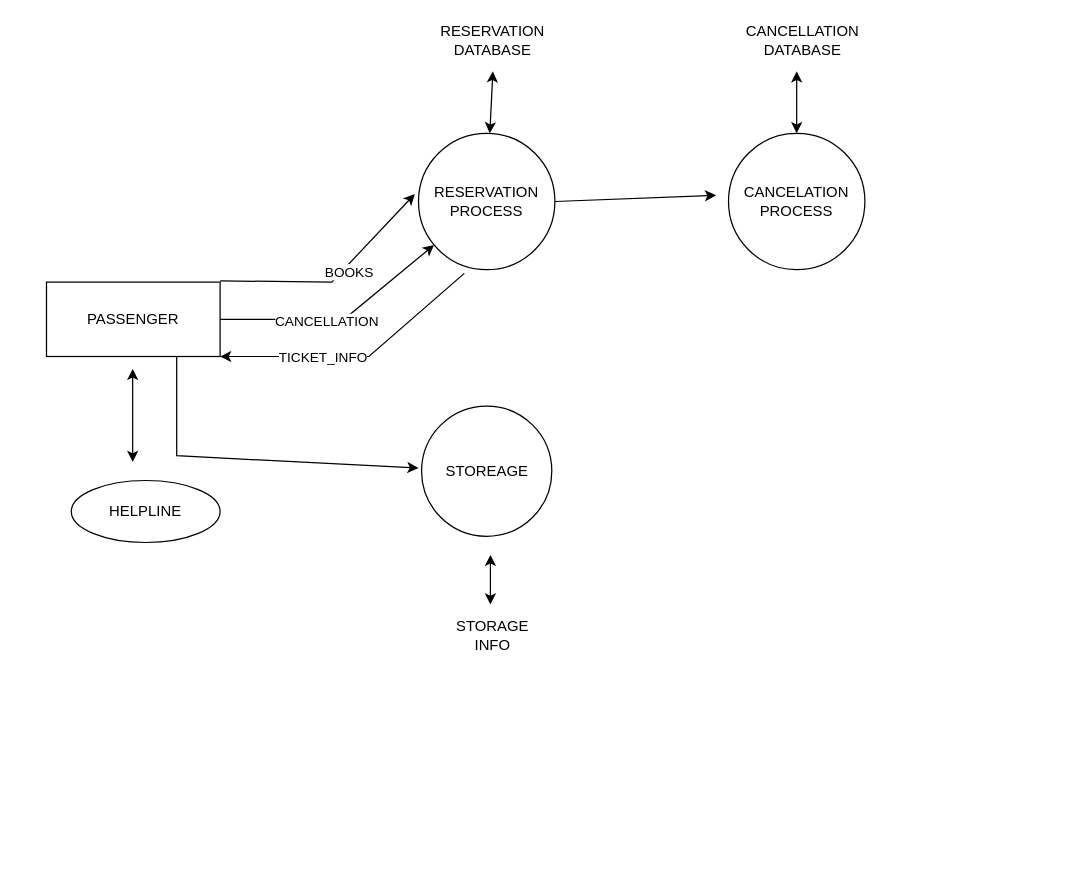
Before: Untitled Diagram.drawio in KARTIKBAMETA/Basic-codes, a draw.io diagram. Source tidied: cells renumbered, new cells numbered last; positions are measured from the earlier drawing's top-left corner, leaving out a move shared by most shapes. Both pictures are drawn from the tidied source at 124%, with x=0, y=0 at pixel (46, 21).
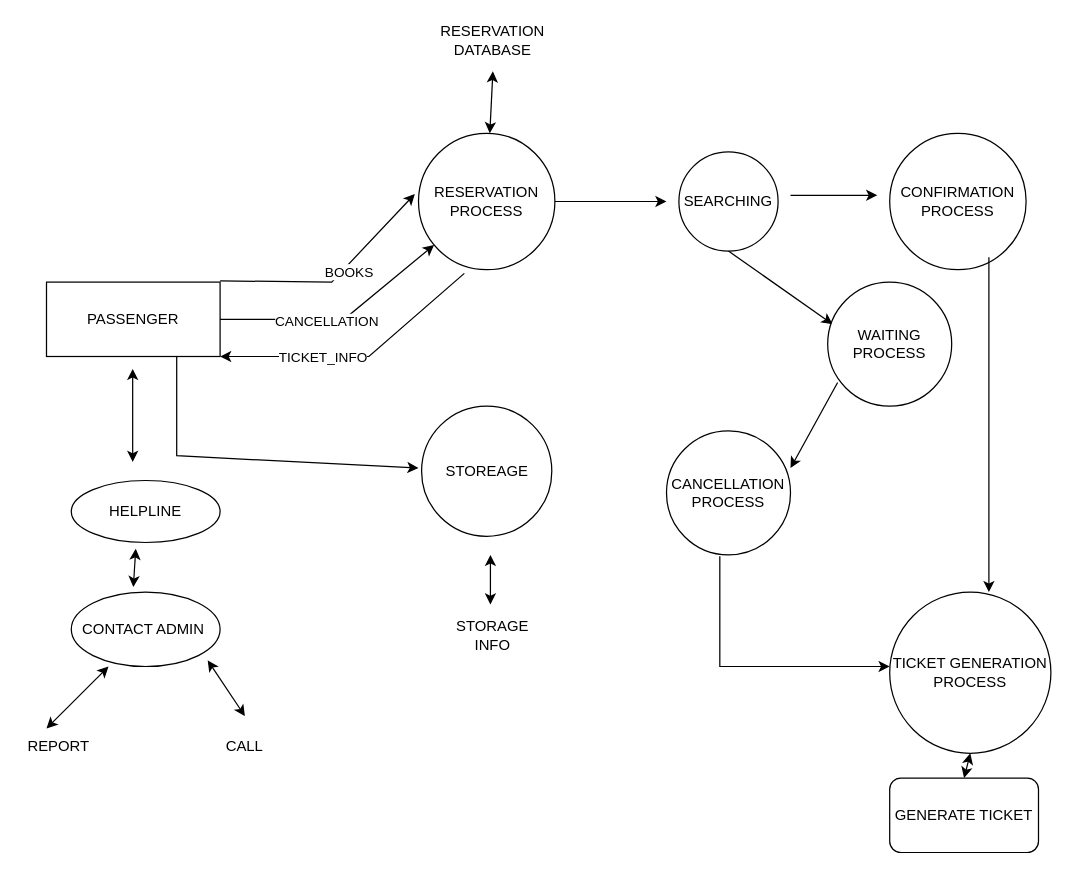
After the change.

Commit message:
RAILWAY RESERVATION LVL2

Unchanged cells that the change refers to:
```xml
<mxCell id="3" value="RESERVATION PROCESS" style="ellipse;whiteSpace=wrap;html=1;" parent="1" vertex="1">
  <mxGeometry x="300" y="90" width="110" height="110" as="geometry" />
</mxCell>
<mxCell id="6" value="HELPLINE" style="ellipse;whiteSpace=wrap;html=1;" parent="1" vertex="1">
  <mxGeometry x="20" y="370" width="120" height="50" as="geometry" />
</mxCell>
```

What changed in the source:
```diff
@@
-    <mxCell id="4" value="CANCELATION PROCESS" style="ellipse;whiteSpace=wrap;html=1;" parent="1" vertex="1">
-      <mxGeometry x="550" y="90" width="110" height="110" as="geometry" />
+    <mxCell id="4" value="CONFIRMATION PROCESS" style="ellipse;whiteSpace=wrap;html=1;" parent="1" vertex="1">
+      <mxGeometry x="680" y="90" width="110" height="110" as="geometry" />
     </mxCell>
@@
     <mxCell id="15" style="endArrow=classic;html=1;rounded=0;exitX=1;exitY=0.5;exitDx=0;exitDy=0;" parent="1" edge="1" source="3">
       <mxGeometry relative="1" as="geometry">
-        <mxPoint x="540" y="140" as="targetPoint" />
+        <mxPoint x="500" y="145" as="targetPoint" />
       </mxGeometry>
     </mxCell>
-    <mxCell id="16" value="CANCELLATION DATABASE" style="text;html=1;strokeColor=none;fillColor=none;align=center;verticalAlign=middle;whiteSpace=wrap;rounded=0;" parent="1" vertex="1">
-      <mxGeometry x="580" width="60" height="30" as="geometry" />
-    </mxCell>
-    <mxCell id="17" style="endArrow=classic;startArrow=classic;html=1;rounded=0;exitX=0.5;exitY=0;exitDx=0;exitDy=0;" parent="1" edge="1" source="4">
-      <mxGeometry relative="1" as="geometry">
-        <mxPoint x="605" y="40" as="targetPoint" />
-      </mxGeometry>
-    </mxCell>
@@
+    <mxCell id="22" value="SEARCHING" style="ellipse;whiteSpace=wrap;html=1;" parent="1" vertex="1">
+      <mxGeometry x="510" y="105" width="80" height="80" as="geometry" />
+    </mxCell>
+    <mxCell id="23" style="endArrow=classic;html=1;rounded=0;" parent="1" edge="1">
+      <mxGeometry relative="1" as="geometry">
+        <mxPoint x="600" y="140" as="sourcePoint" />
+        <mxPoint x="670" y="140" as="targetPoint" />
+      </mxGeometry>
+    </mxCell>
+    <mxCell id="24" style="endArrow=classic;html=1;rounded=0;entryX=0.04;entryY=0.34;entryDx=0;entryDy=0;entryPerimeter=0;" parent="1" edge="1" target="25">
+      <mxGeometry relative="1" as="geometry">
+        <mxPoint x="550" y="185" as="sourcePoint" />
+      </mxGeometry>
+    </mxCell>
+    <mxCell id="25" value="WAITING PROCESS" style="ellipse;whiteSpace=wrap;html=1;" parent="1" vertex="1">
+      <mxGeometry x="630" y="210" width="100" height="100" as="geometry" />
+    </mxCell>
+    <mxCell id="26" style="endArrow=classic;html=1;rounded=0;exitX=0.08;exitY=0.81;exitDx=0;exitDy=0;exitPerimeter=0;" parent="1" edge="1" source="25">
+      <mxGeometry relative="1" as="geometry">
+        <mxPoint x="600" y="360" as="targetPoint" />
+      </mxGeometry>
+    </mxCell>
+    <mxCell id="27" value="CANCELLATION PROCESS" style="ellipse;whiteSpace=wrap;html=1;" parent="1" vertex="1">
+      <mxGeometry x="500" y="330" width="100" height="100" as="geometry" />
+    </mxCell>
+    <mxCell id="28" style="endArrow=classic;html=1;rounded=0;" parent="1" edge="1">
+      <mxGeometry relative="1" as="geometry">
+        <mxPoint x="760" y="190" as="sourcePoint" />
+        <mxPoint x="760" y="460" as="targetPoint" />
+      </mxGeometry>
+    </mxCell>
+    <mxCell id="29" value="TICKET GENERATION PROCESS" style="ellipse;whiteSpace=wrap;html=1;" parent="1" vertex="1">
+      <mxGeometry x="680" y="460" width="130" height="130" as="geometry" />
+    </mxCell>
+    <mxCell id="30" style="endArrow=classic;html=1;rounded=0;exitX=0.43;exitY=1.01;exitDx=0;exitDy=0;exitPerimeter=0;" parent="1" edge="1" source="27">
+      <mxGeometry relative="1" as="geometry">
+        <mxPoint x="680" y="520" as="targetPoint" />
+        <Array as="points">
+          <mxPoint x="543" y="520" />
+        </Array>
+      </mxGeometry>
+    </mxCell>
+    <mxCell id="31" value="GENERATE TICKET" style="rounded=1;whiteSpace=wrap;html=1;" parent="1" vertex="1">
+      <mxGeometry x="680" y="610" width="120" height="60" as="geometry" />
+    </mxCell>
+    <mxCell id="32" style="endArrow=classic;startArrow=classic;html=1;rounded=0;entryX=0.5;entryY=1;entryDx=0;entryDy=0;exitX=0.5;exitY=0;exitDx=0;exitDy=0;" parent="1" edge="1" source="31" target="29">
+      <mxGeometry relative="1" as="geometry" />
+    </mxCell>
+    <mxCell id="33" value="CONTACT ADMIN&amp;nbsp;" style="ellipse;whiteSpace=wrap;html=1;" parent="1" vertex="1">
+      <mxGeometry x="20" y="460" width="120" height="60" as="geometry" />
+    </mxCell>
+    <mxCell id="34" style="endArrow=classic;startArrow=classic;html=1;rounded=0;entryX=0.433;entryY=1.1;entryDx=0;entryDy=0;entryPerimeter=0;exitX=0.417;exitY=-0.067;exitDx=0;exitDy=0;exitPerimeter=0;" parent="1" edge="1" source="33" target="6">
+      <mxGeometry relative="1" as="geometry" />
+    </mxCell>
+    <mxCell id="35" value="REPORT" style="text;html=1;strokeColor=none;fillColor=none;align=center;verticalAlign=middle;whiteSpace=wrap;rounded=0;" parent="1" vertex="1">
+      <mxGeometry x="-20" y="570" width="60" height="30" as="geometry" />
+    </mxCell>
+    <mxCell id="36" value="CALL" style="text;html=1;strokeColor=none;fillColor=none;align=center;verticalAlign=middle;whiteSpace=wrap;rounded=0;" parent="1" vertex="1">
+      <mxGeometry x="130" y="570" width="60" height="30" as="geometry" />
+    </mxCell>
+    <mxCell id="37" style="endArrow=classic;startArrow=classic;html=1;rounded=0;" parent="1" edge="1">
+      <mxGeometry relative="1" as="geometry">
+        <mxPoint y="570" as="sourcePoint" />
+        <mxPoint x="50" y="520" as="targetPoint" />
+      </mxGeometry>
+    </mxCell>
+    <mxCell id="38" style="endArrow=classic;startArrow=classic;html=1;rounded=0;" parent="1" edge="1">
+      <mxGeometry relative="1" as="geometry">
+        <mxPoint x="130" y="515" as="sourcePoint" />
+        <mxPoint x="160" y="560" as="targetPoint" />
+      </mxGeometry>
+    </mxCell>
```
